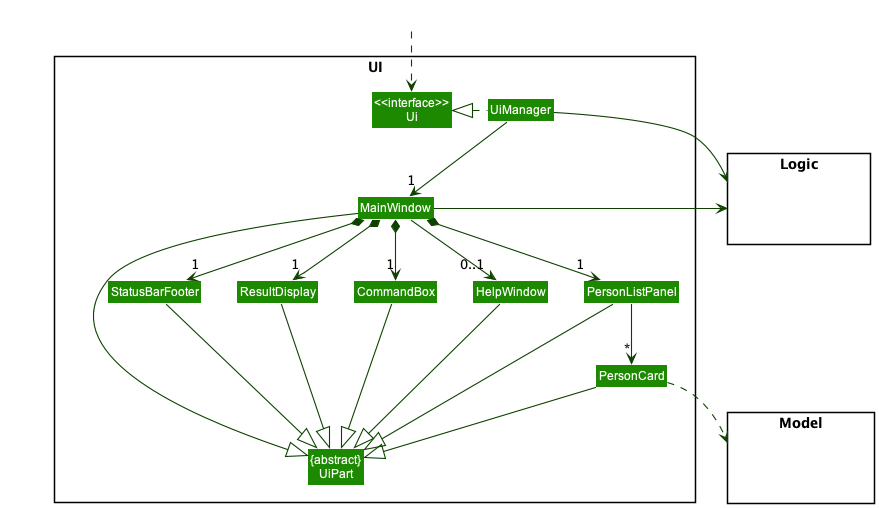
The PlantUML diagram docs/images/UiClassDiagram.png in nus-cs2103-AY2223S1/tp, before a commit.
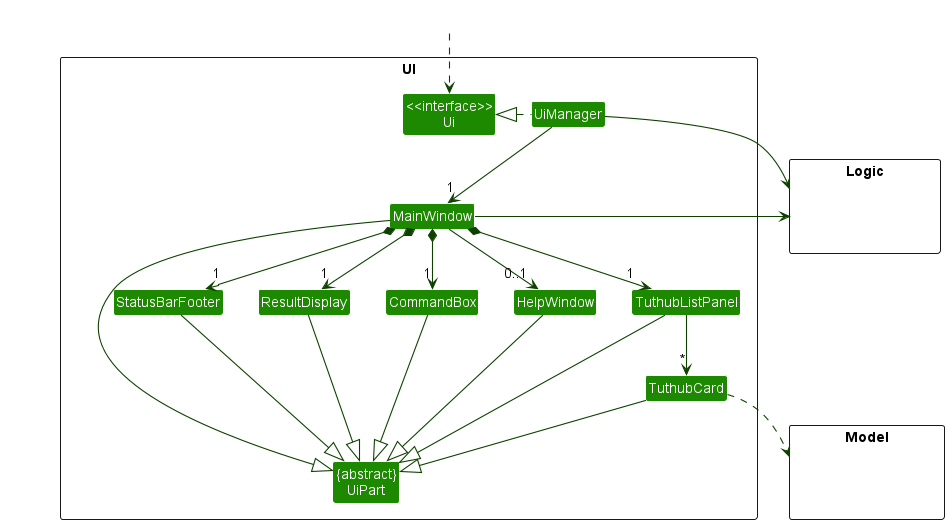
The same diagram one commit later.

Commit message:
Refactor `UiClassDiagram` to remove traces of AddressBook

The edit, as a diff of the source:
```diff
@@ -11,8 +11,8 @@
 Class MainWindow
 Class HelpWindow
 Class ResultDisplay
-Class PersonListPanel
-Class PersonCard
+Class TuthubListPanel
+Class TuthubCard
 Class StatusBarFooter
 Class CommandBox
 }
@@ -32,26 +32,26 @@
 UiManager -down-> "1" MainWindow
 MainWindow *-down->  "1" CommandBox
 MainWindow *-down-> "1" ResultDisplay
-MainWindow *-down-> "1" PersonListPanel
+MainWindow *-down-> "1" TuthubListPanel
 MainWindow *-down-> "1" StatusBarFooter
 MainWindow --> "0..1" HelpWindow
 
-PersonListPanel -down-> "*" PersonCard
+TuthubListPanel -down-> "*" TuthubCard
 
 MainWindow -left-|> UiPart
 
 ResultDisplay --|> UiPart
 CommandBox --|> UiPart
-PersonListPanel --|> UiPart
-PersonCard --|> UiPart
+TuthubListPanel --|> UiPart
+TuthubCard --|> UiPart
 StatusBarFooter --|> UiPart
 HelpWindow --|> UiPart
 
-PersonCard ..> Model
+TuthubCard ..> Model
 UiManager -right-> Logic
 MainWindow -left-> Logic
 
-PersonListPanel -[hidden]left- HelpWindow
+TuthubListPanel -[hidden]left- HelpWindow
 HelpWindow -[hidden]left- CommandBox
 CommandBox -[hidden]left- ResultDisplay
 ResultDisplay -[hidden]left- StatusBarFooter
```
